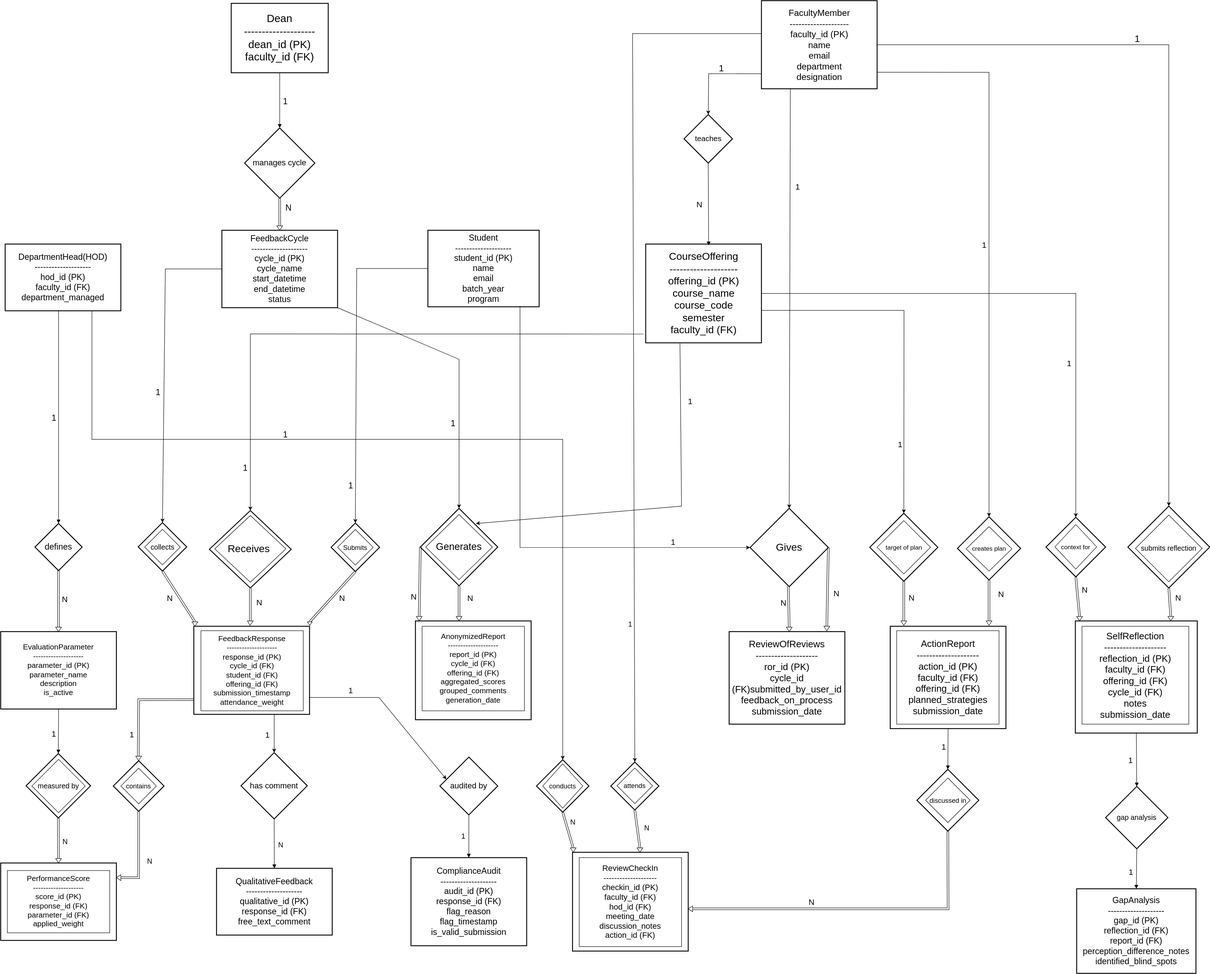
Above: Database/ER_Digram.svg in IIIT-Sricity-FSD-2024-2028/39_endur (draw.io), before the change. Source tidied: cells renumbered, new cells last; positions are measured from the earlier drawing's top-left corner, leaving out a move shared by most shapes.
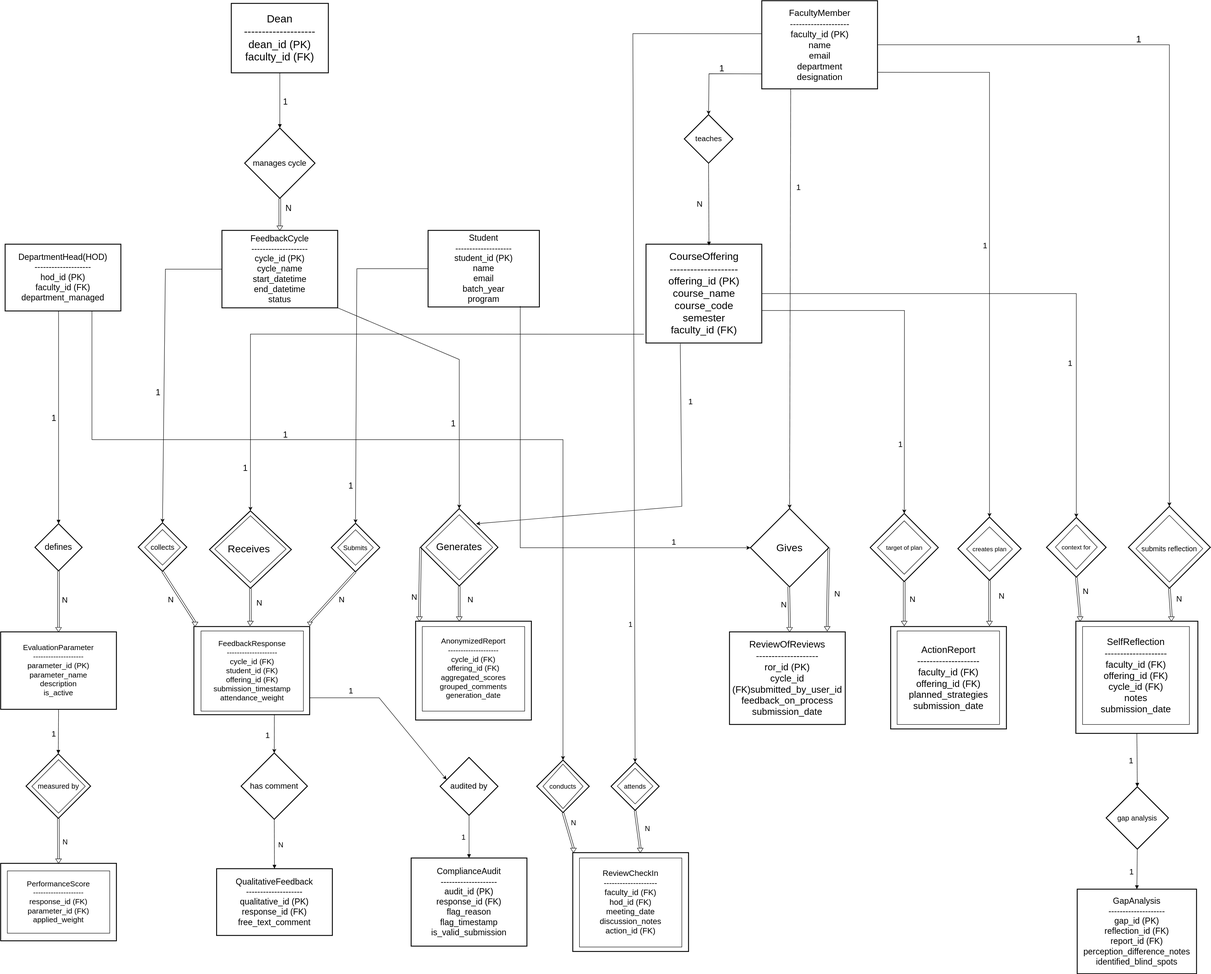
The same diagram one commit later.

The edit, as a diff of the source:
```diff
@@ -95,18 +95,12 @@
     <mxCell id="32" value="generates report" style="rhombus;strokeWidth=2;whiteSpace=wrap;" parent="1" vertex="1">
       <mxGeometry x="943" y="1141" width="174" height="174" as="geometry" />
     </mxCell>
-    <mxCell id="33" value="contains" style="rhombus;strokeWidth=2;whiteSpace=wrap;" parent="1" vertex="1">
-      <mxGeometry x="253" y="1708" width="114" height="114" as="geometry" />
-    </mxCell>
     <mxCell id="34" style="rhombus;strokeWidth=2;whiteSpace=wrap;" parent="1" vertex="1">
       <mxGeometry x="57" y="1692" width="145" height="145" as="geometry" />
     </mxCell>
     <mxCell id="35" value="gap analysis" style="rhombus;strokeWidth=2;whiteSpace=wrap;fontSize=16;" parent="1" vertex="1">
       <mxGeometry x="2483" y="1766" width="140" height="140" as="geometry" />
     </mxCell>
-    <mxCell id="36" style="rhombus;strokeWidth=2;whiteSpace=wrap;" parent="1" vertex="1">
-      <mxGeometry x="2059" y="1727.5" width="139" height="139" as="geometry" />
-    </mxCell>
     <mxCell id="37" value="audited by" style="rhombus;strokeWidth=2;whiteSpace=wrap;fontSize=18;" parent="1" vertex="1">
       <mxGeometry x="987" y="1700" width="130" height="130" as="geometry" />
     </mxCell>
@@ -135,9 +129,6 @@
     <mxCell id="44" value="1" style="curved=1;startArrow=none;endArrow=block;exitX=0.5;exitY=1;entryX=0.5;entryY=0;rounded=0;fontSize=18;" parent="1" edge="1" source="35" target="15">
       <mxGeometry x="0.11" y="-12" relative="1" as="geometry" />
     </mxCell>
-    <mxCell id="45" value="1" style="curved=1;startArrow=none;endArrow=block;exitX=0.5;exitY=1;entryX=0.5;entryY=0;rounded=0;fontSize=18;" parent="1" edge="1" source="16" target="36">
-      <mxGeometry x="-0.12" y="-9" relative="1" as="geometry" />
-    </mxCell>
     <mxCell id="46" value="1" style="curved=1;startArrow=none;endArrow=block;entryX=0.5;entryY=0;rounded=0;fontSize=19;" parent="1" edge="1" target="25">
       <mxGeometry y="-10" relative="1" as="geometry">
         <mxPoint x="130" y="696" as="sourcePoint" />
@@ -146,22 +137,22 @@
     <mxCell id="47" value="1" style="curved=1;startArrow=none;endArrow=block;exitX=0.5;exitY=1;entryX=0.5;entryY=0;rounded=0;fontSize=19;" parent="1" edge="1" source="5" target="27">
       <mxGeometry x="0.03" y="13" relative="1" as="geometry" />
     </mxCell>
-    <mxCell id="48" value="&lt;font style=&quot;font-size: 17px;&quot;&gt;FeedbackResponse&lt;br&gt;--------------------&lt;br&gt;response_id (PK)&lt;br&gt;&lt;/font&gt;&lt;div&gt;&lt;font style=&quot;font-size: 17px;&quot;&gt;cycle_id (FK)&lt;/font&gt;&lt;/div&gt;&lt;div&gt;&lt;font style=&quot;font-size: 17px;&quot;&gt;student_id (FK)&lt;/font&gt;&lt;/div&gt;&lt;font style=&quot;font-size: 17px;&quot;&gt;offering_id (FK)&lt;br&gt;submission_timestamp&lt;br&gt;attendance_weight&lt;/font&gt;" style="rounded=0;whiteSpace=wrap;html=1;" parent="1" vertex="1">
+    <mxCell id="48" value="&lt;font style=&quot;font-size: 17px;&quot;&gt;FeedbackResponse&lt;br&gt;--------------------&lt;/font&gt;&lt;div&gt;&lt;font style=&quot;font-size: 17px;&quot;&gt;cycle_id (FK)&lt;/font&gt;&lt;/div&gt;&lt;div&gt;&lt;font style=&quot;font-size: 17px;&quot;&gt;student_id (FK)&lt;/font&gt;&lt;/div&gt;&lt;font style=&quot;font-size: 17px;&quot;&gt;offering_id (FK)&lt;br&gt;submission_timestamp&lt;br&gt;attendance_weight&lt;/font&gt;" style="rounded=0;whiteSpace=wrap;html=1;" parent="1" vertex="1">
       <mxGeometry x="450" y="1416" width="230" height="180" as="geometry" />
     </mxCell>
-    <mxCell id="49" value="&lt;font style=&quot;font-size: 21px;&quot;&gt;&lt;br&gt;SelfReflection&lt;br&gt;--------------------&lt;br&gt;reflection_id (PK)&lt;br&gt;faculty_id (FK)&lt;br&gt;offering_id (FK)&lt;br&gt;cycle_id (FK)&lt;br&gt;notes&lt;br&gt;submission_date&lt;br&gt;&lt;br&gt;&lt;/font&gt;" style="rounded=0;whiteSpace=wrap;html=1;" parent="1" vertex="1">
+    <mxCell id="49" value="&lt;font style=&quot;font-size: 21px;&quot;&gt;&lt;br&gt;SelfReflection&lt;br&gt;--------------------&lt;br&gt;faculty_id (FK)&lt;br&gt;offering_id (FK)&lt;br&gt;cycle_id (FK)&lt;br&gt;notes&lt;br&gt;submission_date&lt;br&gt;&lt;br&gt;&lt;/font&gt;" style="rounded=0;whiteSpace=wrap;html=1;" parent="1" vertex="1">
       <mxGeometry x="2430" y="1406" width="240" height="220" as="geometry" />
     </mxCell>
-    <mxCell id="50" value="&lt;font style=&quot;font-size: 21px;&quot;&gt;&lt;br&gt;ActionReport&lt;br&gt;--------------------&lt;br&gt;action_id (PK)&lt;br&gt;faculty_id (FK)&lt;br&gt;offering_id (FK)&lt;br&gt;planned_strategies&lt;br&gt;submission_date&lt;br&gt;&lt;br&gt;&lt;/font&gt;" style="rounded=0;whiteSpace=wrap;html=1;" parent="1" vertex="1">
+    <mxCell id="50" value="&lt;font style=&quot;font-size: 21px;&quot;&gt;&lt;br&gt;ActionReport&lt;br&gt;--------------------&lt;br&gt;faculty_id (FK)&lt;br&gt;offering_id (FK)&lt;br&gt;planned_strategies&lt;br&gt;submission_date&lt;br&gt;&lt;br&gt;&lt;/font&gt;" style="rounded=0;whiteSpace=wrap;html=1;" parent="1" vertex="1">
       <mxGeometry x="2013.5" y="1416" width="230" height="210" as="geometry" />
     </mxCell>
-    <mxCell id="51" value="&lt;font style=&quot;font-size: 18px;&quot;&gt;ReviewCheckIn&lt;br&gt;--------------------&lt;br&gt;checkin_id (PK)&lt;br&gt;faculty_id (FK)&lt;br&gt;hod_id (FK)&lt;br&gt;meeting_date&lt;br&gt;discussion_notes&lt;br&gt;action_id (FK)&lt;/font&gt;" style="rounded=0;whiteSpace=wrap;html=1;" parent="1" vertex="1">
+    <mxCell id="51" value="&lt;font style=&quot;font-size: 18px;&quot;&gt;ReviewCheckIn&lt;br&gt;--------------------&lt;br&gt;faculty_id (FK)&lt;br&gt;hod_id (FK)&lt;br&gt;meeting_date&lt;br&gt;discussion_notes&lt;br&gt;action_id (FK)&lt;/font&gt;" style="rounded=0;whiteSpace=wrap;html=1;" parent="1" vertex="1">
       <mxGeometry x="1300" y="1926" width="230" height="200" as="geometry" />
     </mxCell>
-    <mxCell id="52" value="&lt;font style=&quot;font-size: 17px;&quot;&gt;AnonymizedReport&lt;br&gt;--------------------&lt;br&gt;report_id (PK)&lt;br&gt;cycle_id (FK)&lt;br&gt;offering_id (FK)&lt;br&gt;aggregated_scores&lt;br&gt;grouped_comments&lt;br&gt;generation_date&lt;/font&gt;" style="rounded=0;whiteSpace=wrap;html=1;" parent="1" vertex="1">
+    <mxCell id="52" value="&lt;font style=&quot;font-size: 17px;&quot;&gt;AnonymizedReport&lt;br&gt;--------------------&lt;br&gt;cycle_id (FK)&lt;br&gt;offering_id (FK)&lt;br&gt;aggregated_scores&lt;br&gt;grouped_comments&lt;br&gt;generation_date&lt;/font&gt;" style="rounded=0;whiteSpace=wrap;html=1;" parent="1" vertex="1">
       <mxGeometry x="947" y="1406" width="230" height="190" as="geometry" />
     </mxCell>
-    <mxCell id="53" value="&lt;font style=&quot;font-size: 17px;&quot;&gt;&lt;br&gt;PerformanceScore&lt;br&gt;--------------------&lt;br&gt;score_id (PK)&lt;br&gt;response_id (FK)&lt;br&gt;parameter_id (FK)&lt;br&gt;applied_weight&lt;/font&gt;&lt;div&gt;&lt;font style=&quot;font-size: 17px;&quot;&gt;&lt;br&gt;&lt;/font&gt;&lt;/div&gt;" style="rounded=0;whiteSpace=wrap;html=1;" parent="1" vertex="1">
+    <mxCell id="53" value="&lt;font style=&quot;font-size: 17px;&quot;&gt;&lt;br&gt;PerformanceScore&lt;br&gt;--------------------&lt;br&gt;response_id (FK)&lt;br&gt;parameter_id (FK)&lt;br&gt;applied_weight&lt;/font&gt;&lt;div&gt;&lt;font style=&quot;font-size: 17px;&quot;&gt;&lt;br&gt;&lt;/font&gt;&lt;/div&gt;" style="rounded=0;whiteSpace=wrap;html=1;" parent="1" vertex="1">
       <mxGeometry x="15" y="1955" width="230" height="140" as="geometry" />
     </mxCell>
     <mxCell id="54" value="&lt;div&gt;&lt;font style=&quot;font-size: 15px;&quot;&gt;Submits&lt;/font&gt;&lt;/div&gt;" style="rhombus;whiteSpace=wrap;html=1;" parent="1" vertex="1">
@@ -191,15 +182,9 @@
     <mxCell id="62" value="&lt;div&gt;&lt;font style=&quot;font-size: 15px;&quot;&gt;conducts&lt;/font&gt;&lt;/div&gt;" style="rhombus;whiteSpace=wrap;html=1;" parent="1" vertex="1">
       <mxGeometry x="1218" y="1715" width="90" height="100" as="geometry" />
     </mxCell>
-    <mxCell id="63" value="&lt;font style=&quot;font-size: 15px;&quot;&gt;discussed in&lt;/font&gt;" style="rhombus;whiteSpace=wrap;html=1;" parent="1" vertex="1">
-      <mxGeometry x="2078.5" y="1747" width="100" height="100" as="geometry" />
-    </mxCell>
     <mxCell id="64" value="Generates" style="rhombus;whiteSpace=wrap;html=1;fontSize=22;" parent="1" vertex="1">
       <mxGeometry x="955" y="1154.8" width="150" height="146.5" as="geometry" />
     </mxCell>
-    <mxCell id="65" value="contains" style="rhombus;whiteSpace=wrap;html=1;fontSize=15;" parent="1" vertex="1">
-      <mxGeometry x="270" y="1725" width="80" height="80" as="geometry" />
-    </mxCell>
     <mxCell id="66" value="measured by" style="rhombus;whiteSpace=wrap;html=1;fontSize=16;" parent="1" vertex="1">
       <mxGeometry x="70" y="1705" width="120" height="120" as="geometry" />
     </mxCell>
@@ -349,18 +334,6 @@
         <mxPoint x="-7" y="-42" as="offset" />
       </mxGeometry>
     </mxCell>
-    <mxCell id="97" style="shape=link;html=1;rounded=0;exitX=0.5;exitY=1;exitDx=0;exitDy=0;entryX=0.5;entryY=1;entryDx=0;entryDy=0;entryPerimeter=0;" parent="1" edge="1" source="36" target="149">
-      <mxGeometry relative="1" as="geometry">
-        <Array as="points">
-          <mxPoint x="2129" y="2041" />
-        </Array>
-      </mxGeometry>
-    </mxCell>
-    <mxCell id="98" value="N" style="html=1;whiteSpace=wrap;align=right;verticalAlign=bottom;fontSize=18;" parent="97" vertex="1">
-      <mxGeometry x="1" relative="1" as="geometry">
-        <mxPoint x="273" y="-3" as="offset" />
-      </mxGeometry>
-    </mxCell>
     <mxCell id="99" style="shape=link;html=1;rounded=0;exitX=0.5;exitY=1;exitDx=0;exitDy=0;entryX=0.5;entryY=1;entryDx=0;entryDy=0;entryPerimeter=0;" parent="1" edge="1" source="24" target="148">
       <mxGeometry relative="1" as="geometry" />
     </mxCell>
@@ -377,18 +350,6 @@
         <mxPoint x="5" y="-48" as="offset" />
       </mxGeometry>
     </mxCell>
-    <mxCell id="103" style="shape=link;html=1;rounded=0;exitX=0.5;exitY=1;exitDx=0;exitDy=0;entryX=0.5;entryY=1;entryDx=0;entryDy=0;entryPerimeter=0;" parent="1" edge="1" source="33" target="144">
-      <mxGeometry relative="1" as="geometry">
-        <Array as="points">
-          <mxPoint x="310" y="1971" />
-        </Array>
-      </mxGeometry>
-    </mxCell>
-    <mxCell id="104" value="N" style="html=1;whiteSpace=wrap;align=right;verticalAlign=bottom;fontSize=16;" parent="103" vertex="1">
-      <mxGeometry x="1" relative="1" as="geometry">
-        <mxPoint x="70" y="-28" as="offset" />
-      </mxGeometry>
-    </mxCell>
     <mxCell id="105" style="shape=link;html=1;rounded=0;exitX=0.5;exitY=1;exitDx=0;exitDy=0;entryX=0.504;entryY=0.749;entryDx=0;entryDy=0;entryPerimeter=0;" parent="1" edge="1" source="34" target="143">
       <mxGeometry relative="1" as="geometry" />
     </mxCell>
@@ -455,18 +416,6 @@
     <mxCell id="120" value="1" style="text;html=1;whiteSpace=wrap;strokeColor=none;fillColor=none;align=center;verticalAlign=middle;rounded=0;fontSize=19;" parent="1" vertex="1">
       <mxGeometry x="323.5" y="866" width="60" height="30" as="geometry" />
     </mxCell>
-    <mxCell id="121" style="shape=link;html=1;rounded=0;exitX=0.001;exitY=0.833;exitDx=0;exitDy=0;exitPerimeter=0;entryX=0.568;entryY=0.723;entryDx=0;entryDy=0;entryPerimeter=0;" parent="1" edge="1" source="8" target="145">
-      <mxGeometry relative="1" as="geometry">
-        <Array as="points">
-          <mxPoint x="310" y="1571" />
-        </Array>
-      </mxGeometry>
-    </mxCell>
-    <mxCell id="122" value="1" style="html=1;whiteSpace=wrap;align=right;verticalAlign=bottom;fontSize=18;" parent="121" vertex="1">
-      <mxGeometry x="1" relative="1" as="geometry">
-        <mxPoint x="-10" y="-40" as="offset" />
-      </mxGeometry>
-    </mxCell>
     <mxCell id="123" style="endArrow=classic;html=1;rounded=0;exitX=0;exitY=0.5;exitDx=0;exitDy=0;entryX=0.5;entryY=0;entryDx=0;entryDy=0;" parent="1" edge="1" source="2" target="19">
       <mxGeometry relative="1" as="geometry">
         <Array as="points">
@@ -556,12 +505,6 @@
     <mxCell id="143" style="verticalLabelPosition=bottom;verticalAlign=top;html=1;shape=mxgraph.basic.acute_triangle;dx=0.5;direction=west;strokeColor=default;fillColor=light-dark(#FFFFFF,#FFFFFF);" parent="1" vertex="1">
       <mxGeometry x="123.5" y="1928" width="13" height="10" as="geometry" />
     </mxCell>
-    <mxCell id="144" style="verticalLabelPosition=bottom;verticalAlign=top;html=1;shape=mxgraph.basic.acute_triangle;dx=0.5;direction=north;strokeColor=default;fillColor=light-dark(#FFFFFF,#FFFFFF);" parent="1" vertex="1">
-      <mxGeometry x="260" y="1964.5" width="10" height="13" as="geometry" />
-    </mxCell>
-    <mxCell id="145" style="verticalLabelPosition=bottom;verticalAlign=top;html=1;shape=mxgraph.basic.acute_triangle;dx=0.5;direction=west;strokeColor=default;fillColor=light-dark(#FFFFFF,#FFFFFF);" parent="1" vertex="1">
-      <mxGeometry x="303.5" y="1698" width="13" height="10" as="geometry" />
-    </mxCell>
     <mxCell id="146" style="verticalLabelPosition=bottom;verticalAlign=top;html=1;shape=mxgraph.basic.acute_triangle;dx=0.5;direction=west;strokeColor=default;fillColor=light-dark(#FFFFFF,#FFFFFF);" parent="1" vertex="1">
       <mxGeometry x="1280" y="1904" width="13" height="10" as="geometry" />
     </mxCell>
@@ -571,9 +514,6 @@
     <mxCell id="148" style="verticalLabelPosition=bottom;verticalAlign=top;html=1;shape=mxgraph.basic.acute_triangle;dx=0.5;direction=west;strokeColor=default;fillColor=light-dark(#FFFFFF,#FFFFFF);" parent="1" vertex="1">
       <mxGeometry x="1430" y="1904" width="13" height="10" as="geometry" />
     </mxCell>
-    <mxCell id="149" style="verticalLabelPosition=bottom;verticalAlign=top;html=1;shape=mxgraph.basic.acute_triangle;dx=0.5;direction=north;strokeColor=default;fillColor=light-dark(#FFFFFF,#FFFFFF);" parent="1" vertex="1">
-      <mxGeometry x="1545" y="2034.5" width="10" height="13" as="geometry" />
-    </mxCell>
     <mxCell id="150" style="verticalLabelPosition=bottom;verticalAlign=top;html=1;shape=mxgraph.basic.acute_triangle;dx=0.5;direction=west;strokeColor=default;fillColor=light-dark(#FFFFFF,#FFFFFF);" parent="1" vertex="1">
       <mxGeometry x="1765.5" y="1408" width="13" height="10" as="geometry" />
     </mxCell>
```
